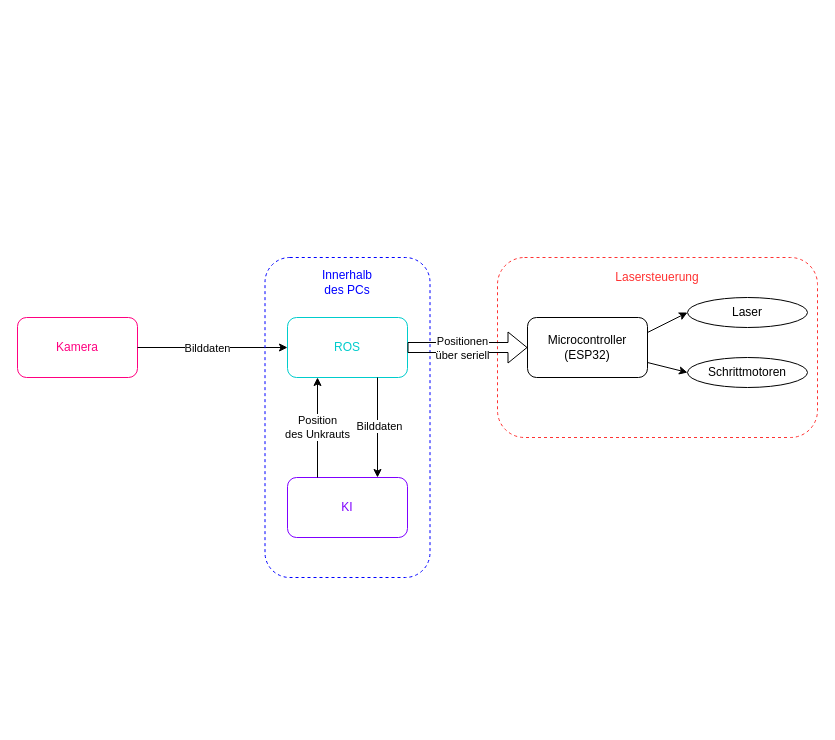
This is jufo_flowchart.drawio from noahsleepy/jufo25_unkrautsystem_gantry_driver, a draw.io file, before an edit. Source tidied: cells renumbered, new cells numbered last; positions are measured from the earlier drawing's top-left corner, leaving out a move shared by most shapes. Both pictures are drawn from the tidied source at 100%, with x=0, y=0 at pixel (17, 257).
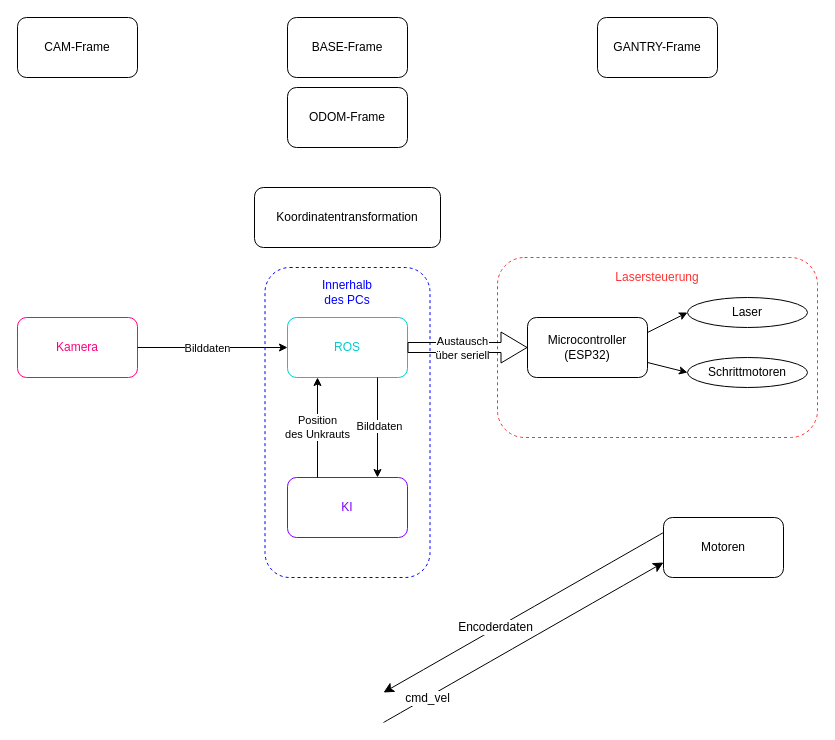
The same page after the edit.

The change refers to these unchanged cells:
```xml
<mxCell id="5" value="ROS" style="rounded=1;whiteSpace=wrap;html=1;strokeColor=#00CCCC;fontColor=#00CCCC;" parent="1" vertex="1">
  <mxGeometry x="270" y="60" width="120" height="60" as="geometry" />
</mxCell>
<mxCell id="10" value="Microcontroller&lt;div&gt;(ESP32)&lt;/div&gt;" style="rounded=1;whiteSpace=wrap;html=1;" parent="1" vertex="1">
  <mxGeometry x="510" y="60" width="120" height="60" as="geometry" />
</mxCell>
```

The edit, as a diff of the source:
```diff
@@
     <mxCell id="15" style="rounded=1;whiteSpace=wrap;html=1;fillColor=none;dashed=1;fontColor=#0000FF;strokeColor=#0000FF;" parent="1" vertex="1">
-      <mxGeometry x="247.5" width="165" height="320" as="geometry" />
+      <mxGeometry x="247.5" y="10" width="165" height="310" as="geometry" />
     </mxCell>
     <mxCell id="16" value="Innerhalb des PCs" style="text;html=1;align=center;verticalAlign=middle;whiteSpace=wrap;rounded=0;fontColor=#0000FF;" parent="1" vertex="1">
-      <mxGeometry x="300" y="10" width="60" height="30" as="geometry" />
+      <mxGeometry x="300" y="20" width="60" height="30" as="geometry" />
     </mxCell>
@@
-    <mxCell id="19" style="shape=flexArrow;endArrow=classic;html=1;rounded=0;entryX=0;entryY=0.5;entryDx=0;entryDy=0;exitX=1;exitY=0.5;exitDx=0;exitDy=0;" parent="1" edge="1" source="5" target="10">
+    <mxCell id="19" style="shape=flexArrow;endArrow=classic;html=1;rounded=0;entryX=0;entryY=0.5;entryDx=0;entryDy=0;exitX=1;exitY=0.5;exitDx=0;exitDy=0;width=10;endSize=8.33;" parent="1" edge="1" source="5" target="10">
       <mxGeometry relative="1" as="geometry" />
     </mxCell>
-    <mxCell id="20" value="Positionen&lt;div&gt;über seriell&lt;/div&gt;" style="edgeLabel;html=1;align=center;verticalAlign=middle;" parent="19" vertex="1">
+    <mxCell id="20" value="Austausch&lt;div&gt;über seriell&lt;/div&gt;" style="edgeLabel;html=1;align=center;verticalAlign=middle;" parent="19" vertex="1">
       <mxGeometry x="-0.18" relative="1" as="geometry">
         <mxPoint x="5" as="offset" />
       </mxGeometry>
     </mxCell>
+    <mxCell id="21" value="CAM-Frame" style="rounded=1;whiteSpace=wrap;html=1;" parent="1" vertex="1">
+      <mxGeometry y="-240" width="120" height="60" as="geometry" />
+    </mxCell>
+    <mxCell id="22" value="ODOM-Frame" style="rounded=1;whiteSpace=wrap;html=1;" parent="1" vertex="1">
+      <mxGeometry x="270" y="-170" width="120" height="60" as="geometry" />
+    </mxCell>
+    <mxCell id="23" value="GANTRY-Frame" style="rounded=1;whiteSpace=wrap;html=1;" parent="1" vertex="1">
+      <mxGeometry x="580" y="-240" width="120" height="60" as="geometry" />
+    </mxCell>
+    <mxCell id="24" value="BASE-Frame" style="rounded=1;whiteSpace=wrap;html=1;" parent="1" vertex="1">
+      <mxGeometry x="270" y="-240" width="120" height="60" as="geometry" />
+    </mxCell>
+    <mxCell id="25" value="Koordinatentransformation" style="rounded=1;whiteSpace=wrap;html=1;" parent="1" vertex="1">
+      <mxGeometry x="237" y="-70" width="186" height="60" as="geometry" />
+    </mxCell>
+    <mxCell id="26" style="edgeStyle=none;curved=1;rounded=0;jettySize=auto;html=1;exitX=0;exitY=0.25;exitDx=0;exitDy=0;fontSize=12;startSize=8;endSize=8;" parent="1" edge="1" source="28">
+      <mxGeometry relative="1" as="geometry">
+        <mxPoint x="366" y="435" as="targetPoint" />
+      </mxGeometry>
+    </mxCell>
+    <mxCell id="27" value="Encoderdaten" style="edgeLabel;html=1;align=center;verticalAlign=middle;fontSize=12;" parent="26" vertex="1">
+      <mxGeometry x="0.2" y="-1" relative="1" as="geometry" />
+    </mxCell>
+    <mxCell id="28" value="Motoren" style="rounded=1;whiteSpace=wrap;html=1;" parent="1" vertex="1">
+      <mxGeometry x="646" y="260" width="120" height="60" as="geometry" />
+    </mxCell>
+    <mxCell id="29" style="edgeStyle=none;curved=1;rounded=0;jettySize=auto;html=1;fontSize=12;startSize=8;endSize=8;entryX=0;entryY=0.75;entryDx=0;entryDy=0;" parent="1" edge="1" target="28">
+      <mxGeometry relative="1" as="geometry">
+        <mxPoint x="366" y="465" as="sourcePoint" />
+      </mxGeometry>
+    </mxCell>
+    <mxCell id="30" value="cmd_vel" style="edgeLabel;html=1;align=center;verticalAlign=middle;fontSize=12;" parent="29" vertex="1">
+      <mxGeometry x="-0.69" relative="1" as="geometry" />
+    </mxCell>
```
